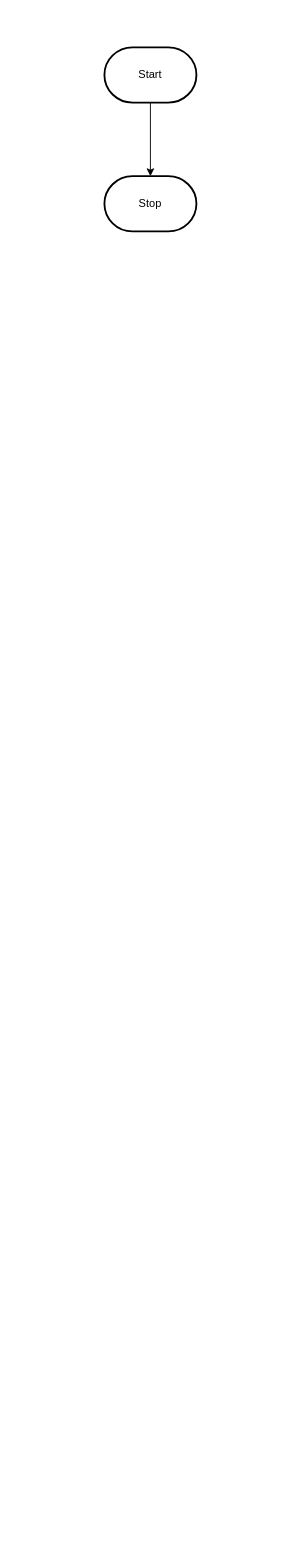
The draw.io diagram design/flowchart.drawio in MTHS-TEJ2O-1-2023/TEJ2O-Unit-2-08-sophie-nguyen-0, before the edit. Source tidied: cells renumbered, new cells numbered last; positions are measured from the earlier drawing's top-left corner, leaving out a move shared by most shapes. Both pictures are drawn from the tidied source at 92%, with x=0, y=0 at pixel (104, 47).
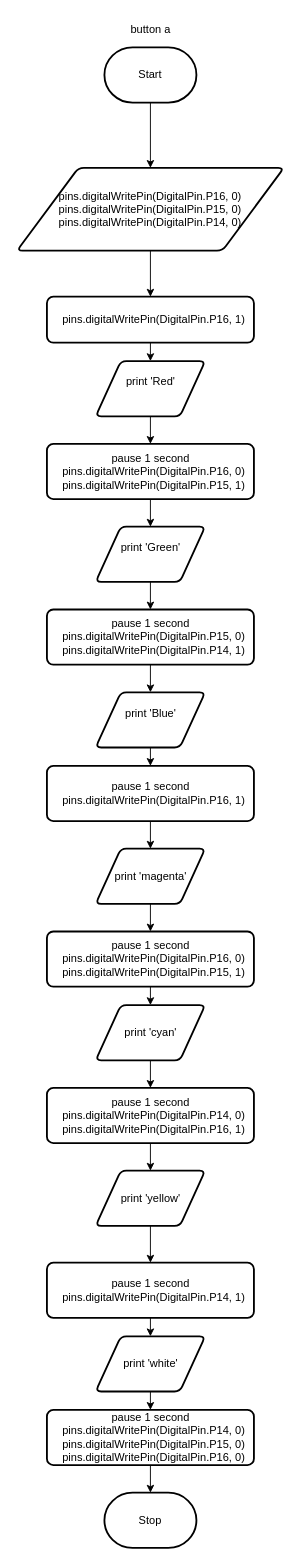
The same diagram, later.

The change refers to these unchanged cells:
```xml
<mxCell id="3" value="Start" style="strokeWidth=2;html=1;shape=mxgraph.flowchart.terminator;whiteSpace=wrap;" parent="1" vertex="1">
  <mxGeometry width="100" height="60" as="geometry" />
</mxCell>
```

Diff of the diagram source:
```diff
@@
-    <mxCell id="2" style="edgeStyle=orthogonalEdgeStyle;html=1;rounded=0;" parent="1" edge="1" source="3" target="4">
-      <mxGeometry relative="1" as="geometry" />
-    </mxCell>
+    <mxCell id="5" style="edgeStyle=none;html=1;" parent="1" edge="1" source="3" target="2">
+      <mxGeometry relative="1" as="geometry" />
+    </mxCell>
@@
     <mxCell id="4" value="Stop" style="strokeWidth=2;html=1;shape=mxgraph.flowchart.terminator;whiteSpace=wrap;" parent="1" vertex="1">
-      <mxGeometry y="140" width="100" height="60" as="geometry" />
+      <mxGeometry y="1571" width="100" height="60" as="geometry" />
     </mxCell>
+    <mxCell id="6" style="edgeStyle=none;html=1;" parent="1" edge="1" source="2" target="8">
+      <mxGeometry relative="1" as="geometry" />
+    </mxCell>
+    <mxCell id="2" value="pins.digitalWritePin(DigitalPin.P16, 0)&lt;br&gt;pins.digitalWritePin(DigitalPin.P15, 0)&lt;br&gt;pins.digitalWritePin(DigitalPin.P14, 0)" style="shape=parallelogram;html=1;strokeWidth=2;perimeter=parallelogramPerimeter;whiteSpace=wrap;rounded=1;arcSize=12;size=0.23;" parent="1" vertex="1">
+      <mxGeometry x="-95" y="131" width="290" height="90" as="geometry" />
+    </mxCell>
+    <mxCell id="7" style="edgeStyle=none;html=1;" parent="1" edge="1" source="8" target="11">
+      <mxGeometry relative="1" as="geometry" />
+    </mxCell>
+    <mxCell id="8" value="&amp;nbsp; pins.digitalWritePin(DigitalPin.P16, 1)&lt;br&gt;" style="rounded=1;whiteSpace=wrap;html=1;absoluteArcSize=1;arcSize=14;strokeWidth=2;" parent="1" vertex="1">
+      <mxGeometry x="-62.5" y="271" width="225" height="50" as="geometry" />
+    </mxCell>
+    <mxCell id="9" value="button a" style="text;html=1;align=center;verticalAlign=middle;strokeColor=none;fillColor=none;" parent="1" vertex="1">
+      <mxGeometry x="15" y="-34" width="70" height="30" as="geometry" />
+    </mxCell>
+    <mxCell id="10" style="edgeStyle=none;html=1;" parent="1" edge="1" source="11" target="13">
+      <mxGeometry relative="1" as="geometry" />
+    </mxCell>
+    <mxCell id="11" value="print 'Red'&lt;br&gt;&amp;nbsp;" style="shape=parallelogram;html=1;strokeWidth=2;perimeter=parallelogramPerimeter;whiteSpace=wrap;rounded=1;arcSize=12;size=0.23;" parent="1" vertex="1">
+      <mxGeometry x="-9.5" y="341" width="119" height="60" as="geometry" />
+    </mxCell>
+    <mxCell id="12" style="edgeStyle=none;html=1;entryX=0.5;entryY=0;entryDx=0;entryDy=0;" parent="1" edge="1" source="13" target="15">
+      <mxGeometry relative="1" as="geometry" />
+    </mxCell>
+    <mxCell id="13" value="pause 1 second&lt;br&gt;&amp;nbsp; pins.digitalWritePin(DigitalPin.P16, 0)&lt;br&gt;&amp;nbsp; pins.digitalWritePin(DigitalPin.P15, 1)" style="rounded=1;whiteSpace=wrap;html=1;absoluteArcSize=1;arcSize=14;strokeWidth=2;" parent="1" vertex="1">
+      <mxGeometry x="-62.5" y="431" width="225" height="60" as="geometry" />
+    </mxCell>
+    <mxCell id="14" style="edgeStyle=none;html=1;" parent="1" edge="1" source="15" target="17">
+      <mxGeometry relative="1" as="geometry" />
+    </mxCell>
+    <mxCell id="15" value="print 'Green'&lt;br&gt;&amp;nbsp;" style="shape=parallelogram;html=1;strokeWidth=2;perimeter=parallelogramPerimeter;whiteSpace=wrap;rounded=1;arcSize=12;size=0.23;" parent="1" vertex="1">
+      <mxGeometry x="-9.5" y="521" width="119" height="60" as="geometry" />
+    </mxCell>
+    <mxCell id="16" style="edgeStyle=none;html=1;" parent="1" edge="1" source="17" target="19">
+      <mxGeometry relative="1" as="geometry" />
+    </mxCell>
+    <mxCell id="17" value="pause 1 second&lt;br&gt;&amp;nbsp; pins.digitalWritePin(DigitalPin.P15, 0)&lt;br&gt;&amp;nbsp; pins.digitalWritePin(DigitalPin.P14, 1)" style="rounded=1;whiteSpace=wrap;html=1;absoluteArcSize=1;arcSize=14;strokeWidth=2;" parent="1" vertex="1">
+      <mxGeometry x="-62.5" y="611" width="225" height="60" as="geometry" />
+    </mxCell>
+    <mxCell id="18" style="edgeStyle=none;html=1;" parent="1" edge="1" source="19" target="21">
+      <mxGeometry relative="1" as="geometry" />
+    </mxCell>
+    <mxCell id="19" value="print 'Blue'&lt;br&gt;&amp;nbsp;" style="shape=parallelogram;html=1;strokeWidth=2;perimeter=parallelogramPerimeter;whiteSpace=wrap;rounded=1;arcSize=12;size=0.23;" parent="1" vertex="1">
+      <mxGeometry x="-9.5" y="701" width="119" height="60" as="geometry" />
+    </mxCell>
+    <mxCell id="20" style="edgeStyle=none;html=1;" parent="1" edge="1" source="21" target="23">
+      <mxGeometry relative="1" as="geometry" />
+    </mxCell>
+    <mxCell id="21" value="pause 1 second&lt;br&gt;&amp;nbsp; pins.digitalWritePin(DigitalPin.P16, 1)" style="rounded=1;whiteSpace=wrap;html=1;absoluteArcSize=1;arcSize=14;strokeWidth=2;" parent="1" vertex="1">
+      <mxGeometry x="-62.5" y="781" width="225" height="60" as="geometry" />
+    </mxCell>
+    <mxCell id="22" style="edgeStyle=none;html=1;" parent="1" edge="1" source="23" target="25">
+      <mxGeometry relative="1" as="geometry" />
+    </mxCell>
+    <mxCell id="23" value="print 'magenta'" style="shape=parallelogram;html=1;strokeWidth=2;perimeter=parallelogramPerimeter;whiteSpace=wrap;rounded=1;arcSize=12;size=0.23;" parent="1" vertex="1">
+      <mxGeometry x="-9.5" y="871" width="119" height="60" as="geometry" />
+    </mxCell>
+    <mxCell id="24" style="edgeStyle=none;html=1;" parent="1" edge="1" source="25" target="27">
+      <mxGeometry relative="1" as="geometry" />
+    </mxCell>
+    <mxCell id="25" value="pause 1 second&lt;br&gt;&amp;nbsp; pins.digitalWritePin(DigitalPin.P16, 0)&lt;br&gt;&amp;nbsp; pins.digitalWritePin(DigitalPin.P15, 1)" style="rounded=1;whiteSpace=wrap;html=1;absoluteArcSize=1;arcSize=14;strokeWidth=2;" parent="1" vertex="1">
+      <mxGeometry x="-62.5" y="961" width="225" height="60" as="geometry" />
+    </mxCell>
+    <mxCell id="26" style="edgeStyle=none;html=1;" parent="1" edge="1" source="27" target="29">
+      <mxGeometry relative="1" as="geometry" />
+    </mxCell>
+    <mxCell id="27" value="print 'cyan'" style="shape=parallelogram;html=1;strokeWidth=2;perimeter=parallelogramPerimeter;whiteSpace=wrap;rounded=1;arcSize=12;size=0.23;" parent="1" vertex="1">
+      <mxGeometry x="-9.5" y="1041" width="119" height="60" as="geometry" />
+    </mxCell>
+    <mxCell id="28" style="edgeStyle=none;html=1;" parent="1" edge="1" source="29" target="31">
+      <mxGeometry relative="1" as="geometry" />
+    </mxCell>
+    <mxCell id="29" value="pause 1 second&lt;br&gt;&amp;nbsp; pins.digitalWritePin(DigitalPin.P14, 0)&lt;br&gt;&amp;nbsp; pins.digitalWritePin(DigitalPin.P16, 1)" style="rounded=1;whiteSpace=wrap;html=1;absoluteArcSize=1;arcSize=14;strokeWidth=2;" parent="1" vertex="1">
+      <mxGeometry x="-62.5" y="1131" width="225" height="60" as="geometry" />
+    </mxCell>
+    <mxCell id="30" style="edgeStyle=none;html=1;" parent="1" edge="1" source="31" target="33">
+      <mxGeometry relative="1" as="geometry" />
+    </mxCell>
+    <mxCell id="31" value="print 'yellow'" style="shape=parallelogram;html=1;strokeWidth=2;perimeter=parallelogramPerimeter;whiteSpace=wrap;rounded=1;arcSize=12;size=0.23;" parent="1" vertex="1">
+      <mxGeometry x="-9.5" y="1221" width="119" height="60" as="geometry" />
+    </mxCell>
+    <mxCell id="32" style="edgeStyle=none;html=1;" parent="1" edge="1" source="33" target="35">
+      <mxGeometry relative="1" as="geometry" />
+    </mxCell>
+    <mxCell id="33" value="pause 1 second&lt;br&gt;&amp;nbsp; pins.digitalWritePin(DigitalPin.P14, 1)" style="rounded=1;whiteSpace=wrap;html=1;absoluteArcSize=1;arcSize=14;strokeWidth=2;" parent="1" vertex="1">
+      <mxGeometry x="-62.5" y="1321" width="225" height="60" as="geometry" />
+    </mxCell>
+    <mxCell id="34" style="edgeStyle=none;html=1;" parent="1" edge="1" source="35" target="37">
+      <mxGeometry relative="1" as="geometry" />
+    </mxCell>
+    <mxCell id="35" value="print 'white'" style="shape=parallelogram;html=1;strokeWidth=2;perimeter=parallelogramPerimeter;whiteSpace=wrap;rounded=1;arcSize=12;size=0.23;" parent="1" vertex="1">
+      <mxGeometry x="-9.5" y="1401" width="119" height="60" as="geometry" />
+    </mxCell>
+    <mxCell id="36" style="edgeStyle=none;html=1;" parent="1" edge="1" source="37" target="4">
+      <mxGeometry relative="1" as="geometry" />
+    </mxCell>
+    <mxCell id="37" value="pause 1 second&lt;br&gt;&amp;nbsp; pins.digitalWritePin(DigitalPin.P14, 0)&lt;br&gt;&amp;nbsp; pins.digitalWritePin(DigitalPin.P15, 0)&lt;br&gt;&amp;nbsp; pins.digitalWritePin(DigitalPin.P16, 0)" style="rounded=1;whiteSpace=wrap;html=1;absoluteArcSize=1;arcSize=14;strokeWidth=2;" parent="1" vertex="1">
+      <mxGeometry x="-62.5" y="1481" width="225" height="60" as="geometry" />
+    </mxCell>
```
